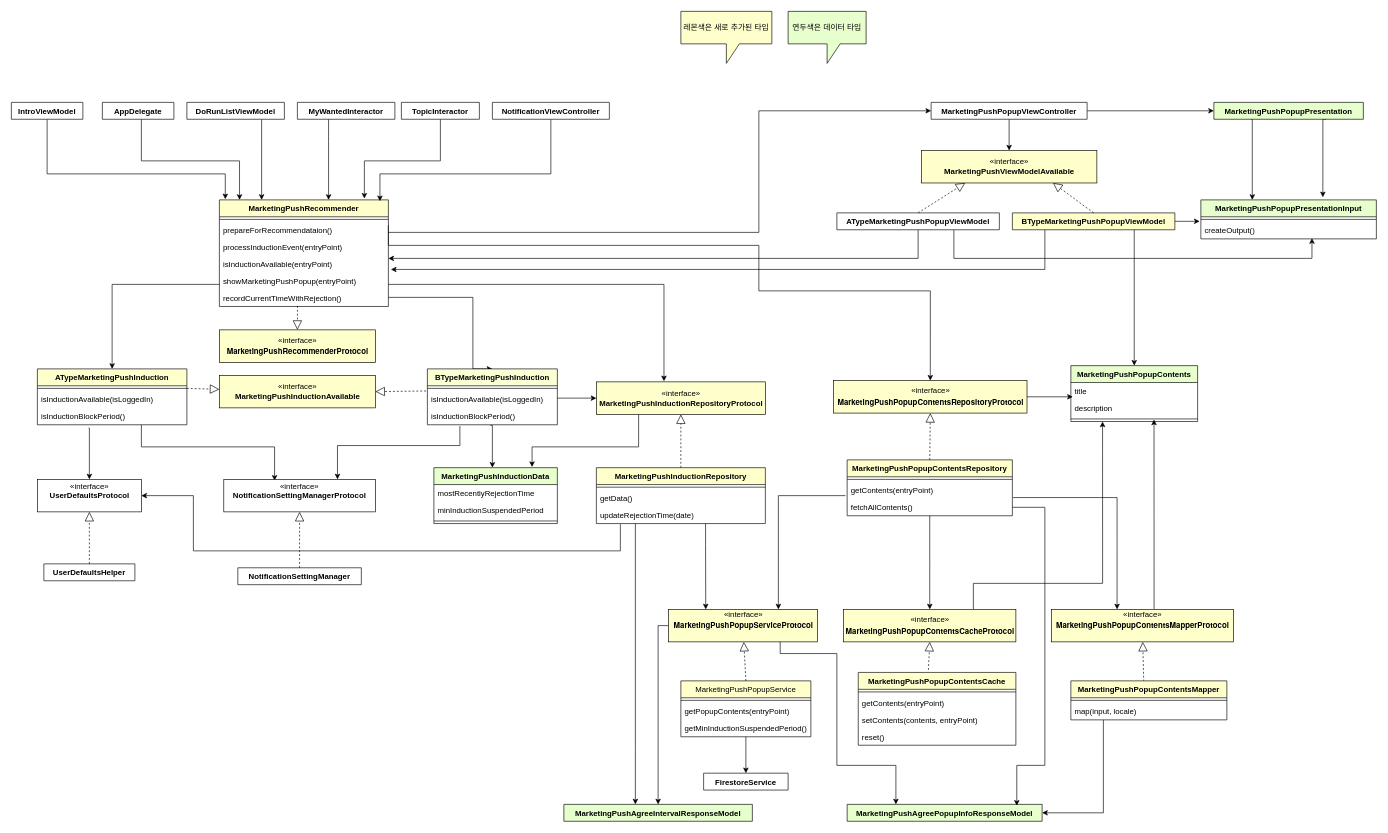
Earlier version of the draw.io diagram marketingPushInduction.drawio (gookhee/diagrams). Source tidied: cells renumbered, new cells numbered last; positions are measured from the earlier drawing's top-left corner, leaving out a move shared by most shapes. Both pictures are drawn from the tidied source at 65%, with x=0, y=0 at pixel (11, 11).
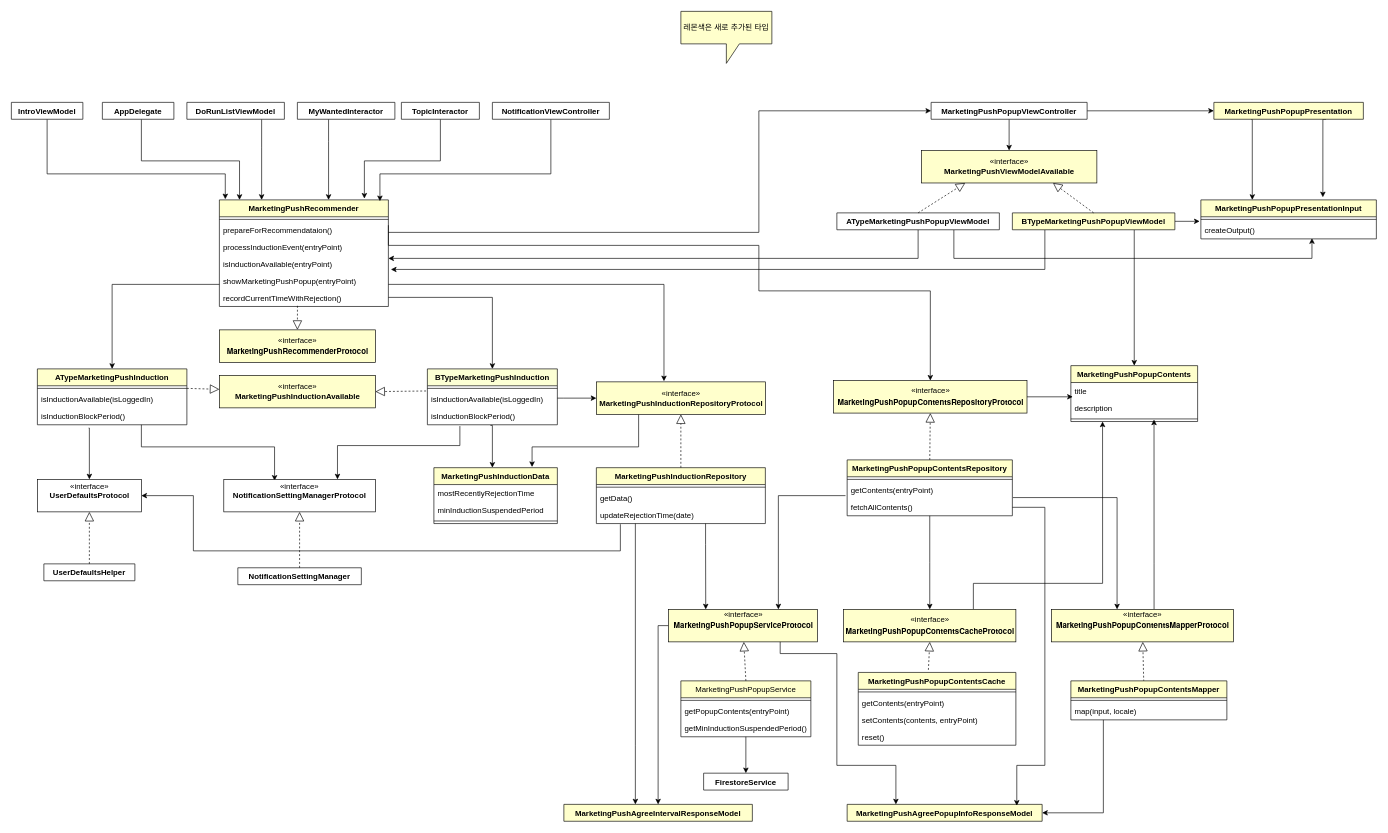
The same diagram, later.

Unchanged cells that the change refers to:
```xml
<mxCell id="6" value="MarketingPushRecommender&#10;" style="swimlane;fontStyle=1;align=center;verticalAlign=top;horizontal=1;startSize=26;fillColor=#FFFFCC;" parent="1" vertex="1">
  <mxGeometry x="320" y="290" width="260" height="164" as="geometry" />
</mxCell>
<mxCell id="22" value="BTypeMarketingPushInduction&#10;" style="swimlane;fontStyle=1;align=center;verticalAlign=top;horizontal=1;startSize=26;fillColor=#FCFFD4;" parent="1" vertex="1">
  <mxGeometry x="640" y="550" width="200" height="86" as="geometry" />
</mxCell>
```

Diff of the diagram source:
```diff
@@
     <mxCell id="4" style="edgeStyle=orthogonalEdgeStyle;rounded=0;jettySize=auto;html=1;entryX=0.5;entryY=0;entryDx=0;entryDy=0;" parent="1" edge="1" source="6" target="22">
       <mxGeometry relative="1" as="geometry">
         <Array as="points">
-          <mxPoint x="710" y="440" />
+          <mxPoint x="740" y="440" />
         </Array>
       </mxGeometry>
     </mxCell>
@@
-    <mxCell id="49" value="MarketingPushInductionData&#10;" style="swimlane;fontStyle=1;align=center;verticalAlign=top;horizontal=1;startSize=26;fillColor=#E6FFCC;" parent="1" vertex="1">
+    <mxCell id="49" value="MarketingPushInductionData&#10;" style="swimlane;fontStyle=1;align=center;verticalAlign=top;horizontal=1;startSize=26;fillColor=#FFFFCC;" parent="1" vertex="1">
       <mxGeometry x="650" y="702" width="190" height="86" as="geometry" />
     </mxCell>
@@
-    <mxCell id="71" value="MarketingPushPopupPresentationInput" style="swimlane;fontStyle=1;align=center;verticalAlign=top;horizontal=1;startSize=26;fillColor=#E6FFCC;" parent="1" vertex="1">
+    <mxCell id="71" value="MarketingPushPopupPresentationInput" style="swimlane;fontStyle=1;align=center;verticalAlign=top;horizontal=1;startSize=26;fillColor=#FFFFCC;" parent="1" vertex="1">
       <mxGeometry x="1830" y="290" width="270" height="60" as="geometry" />
     </mxCell>
@@
-    <mxCell id="76" value="MarketingPushPopupPresentation&#10;" style="swimlane;fontStyle=1;align=center;verticalAlign=top;horizontal=1;startSize=26;fillColor=#E6FFCC;" parent="1" vertex="1" collapsed="1">
+    <mxCell id="76" value="MarketingPushPopupPresentation&#10;" style="swimlane;fontStyle=1;align=center;verticalAlign=top;horizontal=1;startSize=26;fillColor=#FFFFCC;" parent="1" vertex="1" collapsed="1">
       <mxGeometry x="1850" y="140" width="230" height="26" as="geometry" />
     </mxCell>
@@
-    <mxCell id="86" value="MarketingPushPopupContents&#10;" style="swimlane;fontStyle=1;align=center;verticalAlign=top;horizontal=1;startSize=26;fillColor=#E6FFCC;" parent="1" vertex="1">
+    <mxCell id="86" value="MarketingPushPopupContents&#10;" style="swimlane;fontStyle=1;align=center;verticalAlign=top;horizontal=1;startSize=26;fillColor=#FFFFCC;" parent="1" vertex="1">
       <mxGeometry x="1630" y="545" width="195" height="86" as="geometry" />
     </mxCell>
@@
-    <mxCell id="109" value="MarketingPushAgreeIntervalResponseModel" style="swimlane;fontStyle=1;align=center;verticalAlign=top;horizontal=1;startSize=26;fillColor=#E6FFCC;" parent="1" vertex="1" collapsed="1">
+    <mxCell id="109" value="MarketingPushAgreeIntervalResponseModel" style="swimlane;fontStyle=1;align=center;verticalAlign=top;horizontal=1;startSize=26;fillColor=#FFFFCC;" parent="1" vertex="1" collapsed="1">
       <mxGeometry x="850" y="1220" width="290" height="26" as="geometry" />
     </mxCell>
-    <mxCell id="110" value="MarketingPushAgreePopupInfoResponseModel" style="swimlane;fontStyle=1;align=center;verticalAlign=top;horizontal=1;startSize=26;fillColor=#E6FFCC;" parent="1" vertex="1" collapsed="1">
+    <mxCell id="110" value="MarketingPushAgreePopupInfoResponseModel" style="swimlane;fontStyle=1;align=center;verticalAlign=top;horizontal=1;startSize=26;fillColor=#FFFFCC;" parent="1" vertex="1" collapsed="1">
       <mxGeometry x="1285.8" y="1220" width="300" height="26" as="geometry" />
     </mxCell>
@@
-    <mxCell id="126" value="연두색은 데이터 타입" style="shape=callout;whiteSpace=wrap;html=1;perimeter=calloutPerimeter;fillColor=#E6FFCC;" parent="1" vertex="1">
-      <mxGeometry x="1195" width="120" height="80" as="geometry" />
-    </mxCell>
```
